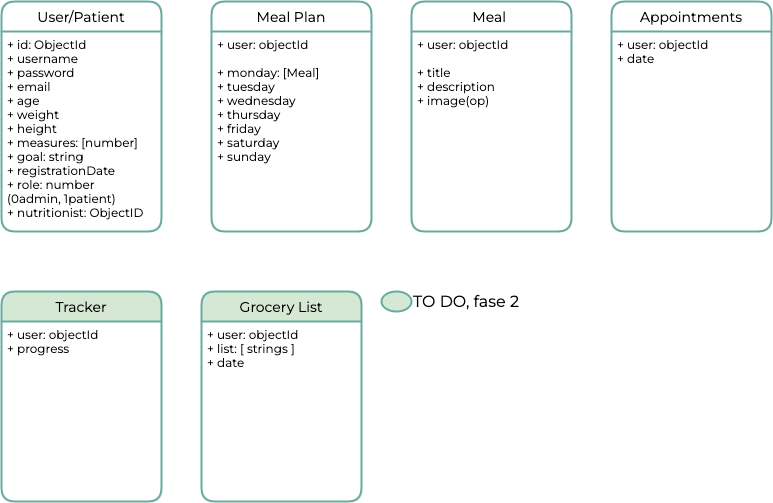
This is staff/mariana-martin/project/doc/images/data-models.png from manuelbarzi/neoland-parttime-202109, a draw.io export, as it was before one commit. Source tidied: cells renumbered, new cells last; positions are measured from the earlier drawing's top-left corner, leaving out a move shared by most shapes. Source of this version:
```xml
<mxGraphModel>
  <root>
    <mxCell id="0" />
    <mxCell id="1" parent="0" />
    <mxCell id="2" value="User/Patient" style="swimlane;horizontal=1;startSize=30;rounded=1;fontSize=14;fontStyle=0;strokeWidth=2;shadow=0;dashed=0;align=center;fontFamily=Montserrat;fontSource=https%3A%2F%2Ffonts.googleapis.com%2Fcss%3Ffamily%3DMontserrat;fillColor=#FFFFFF;strokeColor=#67AB9F;" parent="1" vertex="1">
      <mxGeometry width="160" height="230" as="geometry" />
    </mxCell>
    <mxCell id="3" value="+ id: ObjectId&#10;+ username&#10;+ password&#10;+ email&#10;+ age&#10;+ weight&#10;+ height&#10;+ measures: [number]&#10;+ goal: string&#10;+ registrationDate&#10;+ role: number&#10;(0admin, 1patient)&#10;+ nutritionist: ObjectID" style="align=left;strokeColor=none;fillColor=none;spacingLeft=4;fontSize=12;verticalAlign=top;fontFamily=Montserrat;fontSource=https%3A%2F%2Ffonts.googleapis.com%2Fcss%3Ffamily%3DMontserrat;" parent="2" vertex="1">
      <mxGeometry y="30" width="160" height="200" as="geometry" />
    </mxCell>
    <mxCell id="4" value="Meal Plan" style="swimlane;horizontal=1;startSize=30;rounded=1;fontSize=14;fontStyle=0;strokeWidth=2;shadow=0;dashed=0;align=center;fontFamily=Montserrat;fontSource=https%3A%2F%2Ffonts.googleapis.com%2Fcss%3Ffamily%3DMontserrat;fillColor=#FFFFFF;strokeColor=#67AB9F;" parent="1" vertex="1">
      <mxGeometry x="210" width="160" height="230" as="geometry" />
    </mxCell>
    <mxCell id="5" value="+ user: objectId&#10;&#10;+ monday: [Meal]&#10;+ tuesday&#10;+ wednesday&#10;+ thursday&#10;+ friday&#10;+ saturday&#10;+ sunday&#10;" style="align=left;strokeColor=none;fillColor=none;spacingLeft=4;fontSize=12;verticalAlign=top;fontFamily=Montserrat;fontSource=https%3A%2F%2Ffonts.googleapis.com%2Fcss%3Ffamily%3DMontserrat;" parent="4" vertex="1">
      <mxGeometry y="30" width="160" height="200" as="geometry" />
    </mxCell>
    <mxCell id="6" value="Grocery List" style="swimlane;horizontal=1;startSize=30;rounded=1;fontSize=14;fontStyle=0;strokeWidth=2;shadow=0;dashed=0;align=center;fontFamily=Montserrat;fontSource=https%3A%2F%2Ffonts.googleapis.com%2Fcss%3Ffamily%3DMontserrat;fillColor=#D5E8D4;strokeColor=#67AB9F;" parent="1" vertex="1">
      <mxGeometry x="200" y="290" width="160" height="210" as="geometry" />
    </mxCell>
    <mxCell id="7" value="+ user: objectId&#10;+ list: [ strings ]&#10;+ date" style="align=left;strokeColor=none;fillColor=none;spacingLeft=4;fontSize=12;verticalAlign=top;fontFamily=Montserrat;fontSource=https%3A%2F%2Ffonts.googleapis.com%2Fcss%3Ffamily%3DMontserrat;" parent="6" vertex="1">
      <mxGeometry y="30" width="160" height="180" as="geometry" />
    </mxCell>
    <mxCell id="8" value="Appointments" style="swimlane;horizontal=1;startSize=30;rounded=1;fontSize=14;fontStyle=0;strokeWidth=2;shadow=0;dashed=0;align=center;fontFamily=Montserrat;fontSource=https%3A%2F%2Ffonts.googleapis.com%2Fcss%3Ffamily%3DMontserrat;fillColor=#FFFFFF;strokeColor=#67AB9F;" parent="1" vertex="1">
      <mxGeometry x="610" width="160" height="230" as="geometry" />
    </mxCell>
    <mxCell id="9" value="+ user: objectId&#10;+ date" style="align=left;strokeColor=none;fillColor=none;spacingLeft=4;fontSize=12;verticalAlign=top;fontFamily=Montserrat;fontSource=https%3A%2F%2Ffonts.googleapis.com%2Fcss%3Ffamily%3DMontserrat;" parent="8" vertex="1">
      <mxGeometry y="30" width="160" height="200" as="geometry" />
    </mxCell>
    <mxCell id="10" value="Tracker" style="swimlane;horizontal=1;startSize=30;rounded=1;fontSize=14;fontStyle=0;strokeWidth=2;shadow=0;dashed=0;align=center;fontFamily=Montserrat;fontSource=https%3A%2F%2Ffonts.googleapis.com%2Fcss%3Ffamily%3DMontserrat;fillColor=#D5E8D4;strokeColor=#67AB9F;" parent="1" vertex="1">
      <mxGeometry y="290" width="160" height="210" as="geometry" />
    </mxCell>
    <mxCell id="11" value="+ user: objectId&#10;+ progress" style="align=left;strokeColor=none;fillColor=none;spacingLeft=4;fontSize=12;verticalAlign=top;fontFamily=Montserrat;fontSource=https%3A%2F%2Ffonts.googleapis.com%2Fcss%3Ffamily%3DMontserrat;" parent="10" vertex="1">
      <mxGeometry y="30" width="160" height="180" as="geometry" />
    </mxCell>
    <mxCell id="12" value="Meal " style="swimlane;horizontal=1;startSize=30;rounded=1;fontSize=14;fontStyle=0;strokeWidth=2;shadow=0;dashed=0;align=center;fontFamily=Montserrat;fontSource=https%3A%2F%2Ffonts.googleapis.com%2Fcss%3Ffamily%3DMontserrat;fillColor=#FFFFFF;strokeColor=#67AB9F;" parent="1" vertex="1">
      <mxGeometry x="410" width="160" height="230" as="geometry" />
    </mxCell>
    <mxCell id="13" value="+ user: objectId&#10;&#10;+ title&#10;+ description&#10;+ image(op)&#10;&#10;" style="align=left;strokeColor=none;fillColor=none;spacingLeft=4;fontSize=12;verticalAlign=top;fontFamily=Montserrat;fontSource=https%3A%2F%2Ffonts.googleapis.com%2Fcss%3Ffamily%3DMontserrat;" parent="12" vertex="1">
      <mxGeometry y="30" width="160" height="200" as="geometry" />
    </mxCell>
    <mxCell id="14" style="ellipse;whiteSpace=wrap;html=1;fontFamily=Montserrat;fontSource=https%3A%2F%2Ffonts.googleapis.com%2Fcss%3Ffamily%3DMontserrat;fontSize=16;strokeColor=#67AB9F;strokeWidth=2;fillColor=#D5E8D4;" parent="1" vertex="1">
      <mxGeometry x="380" y="290" width="30" height="20" as="geometry" />
    </mxCell>
    <mxCell id="15" value="TO DO, fase 2" style="text;html=1;strokeColor=none;fillColor=none;align=center;verticalAlign=middle;whiteSpace=wrap;rounded=0;fontFamily=Montserrat;fontSource=https%3A%2F%2Ffonts.googleapis.com%2Fcss%3Ffamily%3DMontserrat;fontSize=16;" parent="1" vertex="1">
      <mxGeometry x="390" y="285" width="150" height="30" as="geometry" />
    </mxCell>
  </root>
</mxGraphModel>
```
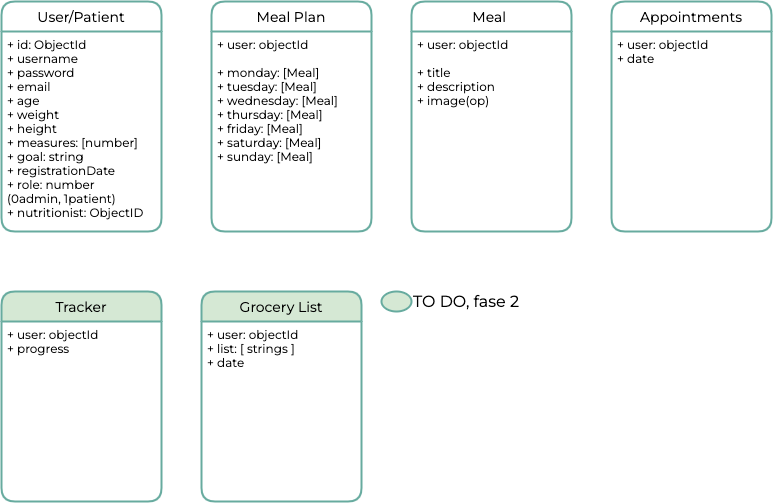
The same diagram one commit later.

Commit message:
updated diagrams 2 may

The edit, as a diff of the source:
```diff
@@ -11,7 +11,7 @@
     <mxCell id="4" value="Meal Plan" style="swimlane;horizontal=1;startSize=30;rounded=1;fontSize=14;fontStyle=0;strokeWidth=2;shadow=0;dashed=0;align=center;fontFamily=Montserrat;fontSource=https%3A%2F%2Ffonts.googleapis.com%2Fcss%3Ffamily%3DMontserrat;fillColor=#FFFFFF;strokeColor=#67AB9F;" parent="1" vertex="1">
       <mxGeometry x="210" width="160" height="230" as="geometry" />
     </mxCell>
-    <mxCell id="5" value="+ user: objectId&#10;&#10;+ monday: [Meal]&#10;+ tuesday&#10;+ wednesday&#10;+ thursday&#10;+ friday&#10;+ saturday&#10;+ sunday&#10;" style="align=left;strokeColor=none;fillColor=none;spacingLeft=4;fontSize=12;verticalAlign=top;fontFamily=Montserrat;fontSource=https%3A%2F%2Ffonts.googleapis.com%2Fcss%3Ffamily%3DMontserrat;" parent="4" vertex="1">
+    <mxCell id="5" value="+ user: objectId&#10;&#10;+ monday: [Meal]&#10;+ tuesday: [Meal]&#10;+ wednesday: [Meal]&#10;+ thursday: [Meal]&#10;+ friday: [Meal]&#10;+ saturday: [Meal]&#10;+ sunday: [Meal]&#10;" style="align=left;strokeColor=none;fillColor=none;spacingLeft=4;fontSize=12;verticalAlign=top;fontFamily=Montserrat;fontSource=https%3A%2F%2Ffonts.googleapis.com%2Fcss%3Ffamily%3DMontserrat;" parent="4" vertex="1">
       <mxGeometry y="30" width="160" height="200" as="geometry" />
     </mxCell>
     <mxCell id="6" value="Grocery List" style="swimlane;horizontal=1;startSize=30;rounded=1;fontSize=14;fontStyle=0;strokeWidth=2;shadow=0;dashed=0;align=center;fontFamily=Montserrat;fontSource=https%3A%2F%2Ffonts.googleapis.com%2Fcss%3Ffamily%3DMontserrat;fillColor=#D5E8D4;strokeColor=#67AB9F;" parent="1" vertex="1">
```
